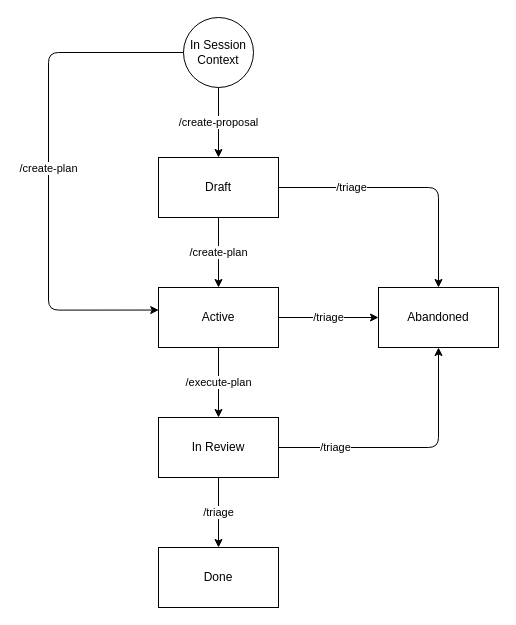
The draw.io diagram page "feature-lifecycle" (3 of 3) of docs/architecture/architecture.drawio in Todor-Boev-IBM/ratchet, before the edit. Source tidied: cells renumbered, new cells numbered last; positions are measured from the earlier drawing's top-left corner, leaving out a move shared by most shapes. Both pictures are drawn from the tidied source at 100%, with x=0, y=0 at pixel (48, 17).
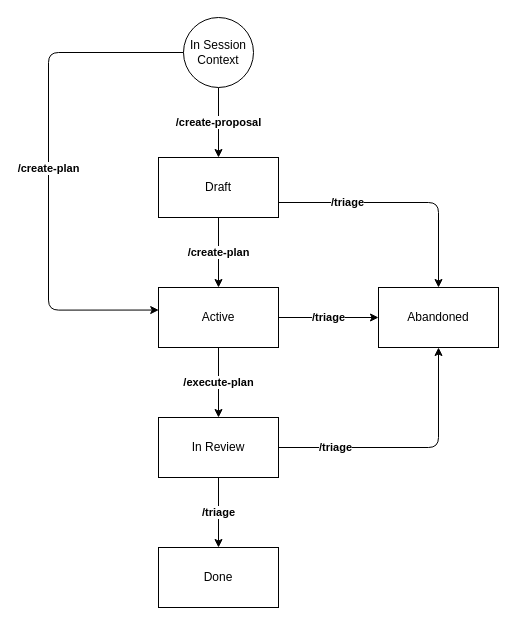
After the change.

Diff of the diagram source:
```diff
@@
 <mxGraphModel>
   <root>
     <mxCell id="0" />
     <mxCell id="1" parent="0" />
-    <mxCell id="2" value="/create-plan" style="edgeStyle=orthogonalEdgeStyle;rounded=1;jettySize=auto;html=1;exitX=0.5;exitY=1;exitDx=0;exitDy=0;entryX=0.5;entryY=0;entryDx=0;entryDy=0;curved=0;" parent="1" edge="1" source="4" target="7">
+    <mxCell id="2" value="&lt;b&gt;/create-plan&lt;/b&gt;" style="edgeStyle=orthogonalEdgeStyle;rounded=1;jettySize=auto;html=1;exitX=0.5;exitY=1;exitDx=0;exitDy=0;entryX=0.5;entryY=0;entryDx=0;entryDy=0;curved=0;" parent="1" edge="1" source="4" target="7">
       <mxGeometry relative="1" as="geometry" />
     </mxCell>
-    <mxCell id="3" value="/triage" style="edgeStyle=orthogonalEdgeStyle;rounded=1;jettySize=auto;html=1;exitX=1;exitY=0.5;exitDx=0;exitDy=0;entryX=0.5;entryY=0;entryDx=0;entryDy=0;curved=0;" parent="1" edge="1" source="4" target="11">
+    <mxCell id="3" value="&lt;b&gt;/triage&lt;/b&gt;" style="edgeStyle=orthogonalEdgeStyle;rounded=1;jettySize=auto;html=1;exitX=1;exitY=0.75;exitDx=0;exitDy=0;entryX=0.5;entryY=0;entryDx=0;entryDy=0;curved=0;" parent="1" edge="1" source="4" target="11">
       <mxGeometry x="-0.44" relative="1" as="geometry" />
     </mxCell>
     <mxCell id="4" value="Draft" style="rounded=0;whiteSpace=wrap;html=1;" parent="1" vertex="1">
       <mxGeometry x="110" y="140" width="120" height="60" as="geometry" />
     </mxCell>
-    <mxCell id="5" value="/execute-plan" style="edgeStyle=orthogonalEdgeStyle;rounded=1;jettySize=auto;html=1;exitX=0.5;exitY=1;exitDx=0;exitDy=0;entryX=0.5;entryY=0;entryDx=0;entryDy=0;curved=0;" parent="1" edge="1" source="7" target="10">
+    <mxCell id="5" value="&lt;b&gt;/execute-plan&lt;/b&gt;" style="edgeStyle=orthogonalEdgeStyle;rounded=1;jettySize=auto;html=1;exitX=0.5;exitY=1;exitDx=0;exitDy=0;entryX=0.5;entryY=0;entryDx=0;entryDy=0;curved=0;" parent="1" edge="1" source="7" target="10">
       <mxGeometry relative="1" as="geometry" />
     </mxCell>
-    <mxCell id="6" value="/triage" style="edgeStyle=orthogonalEdgeStyle;rounded=1;jettySize=auto;html=1;exitX=1;exitY=0.5;exitDx=0;exitDy=0;entryX=0;entryY=0.5;entryDx=0;entryDy=0;curved=0;" parent="1" edge="1" source="7" target="11">
+    <mxCell id="6" value="&lt;b&gt;/triage&lt;/b&gt;" style="edgeStyle=orthogonalEdgeStyle;rounded=1;jettySize=auto;html=1;exitX=1;exitY=0.5;exitDx=0;exitDy=0;entryX=0;entryY=0.5;entryDx=0;entryDy=0;curved=0;" parent="1" edge="1" source="7" target="11">
       <mxGeometry relative="1" as="geometry" />
     </mxCell>
     <mxCell id="7" value="Active" style="rounded=0;whiteSpace=wrap;html=1;" parent="1" vertex="1">
       <mxGeometry x="110" y="270" width="120" height="60" as="geometry" />
     </mxCell>
-    <mxCell id="8" value="/triage" style="edgeStyle=orthogonalEdgeStyle;rounded=0;jettySize=auto;html=1;exitX=0.5;exitY=1;exitDx=0;exitDy=0;entryX=0.5;entryY=0;entryDx=0;entryDy=0;" parent="1" edge="1" source="10" target="15">
+    <mxCell id="8" value="&lt;b&gt;/triage&lt;/b&gt;" style="edgeStyle=orthogonalEdgeStyle;rounded=0;jettySize=auto;html=1;exitX=0.5;exitY=1;exitDx=0;exitDy=0;entryX=0.5;entryY=0;entryDx=0;entryDy=0;" parent="1" edge="1" source="10" target="15">
       <mxGeometry relative="1" as="geometry" />
     </mxCell>
-    <mxCell id="9" value="/triage" style="edgeStyle=orthogonalEdgeStyle;rounded=1;jettySize=auto;html=1;exitX=1;exitY=0.5;exitDx=0;exitDy=0;entryX=0.5;entryY=1;entryDx=0;entryDy=0;curved=0;" parent="1" edge="1" source="10" target="11">
+    <mxCell id="9" value="&lt;b&gt;/triage&lt;/b&gt;" style="edgeStyle=orthogonalEdgeStyle;rounded=1;jettySize=auto;html=1;exitX=1;exitY=0.5;exitDx=0;exitDy=0;entryX=0.5;entryY=1;entryDx=0;entryDy=0;curved=0;" parent="1" edge="1" source="10" target="11">
       <mxGeometry x="-0.56" relative="1" as="geometry" />
     </mxCell>
     <mxCell id="10" value="In Review" style="rounded=0;whiteSpace=wrap;html=1;" parent="1" vertex="1">
       <mxGeometry x="110" y="400" width="120" height="60" as="geometry" />
     </mxCell>
     <mxCell id="11" value="Abandoned" style="rounded=0;whiteSpace=wrap;html=1;" parent="1" vertex="1">
       <mxGeometry x="330" y="270" width="120" height="60" as="geometry" />
     </mxCell>
-    <mxCell id="12" value="/create-proposal" style="edgeStyle=orthogonalEdgeStyle;rounded=0;jettySize=auto;html=1;exitX=0.5;exitY=1;exitDx=0;exitDy=0;entryX=0.5;entryY=0;entryDx=0;entryDy=0;" parent="1" edge="1" source="13" target="4">
+    <mxCell id="12" value="&lt;b&gt;/create-proposal&lt;/b&gt;" style="edgeStyle=orthogonalEdgeStyle;rounded=0;jettySize=auto;html=1;exitX=0.5;exitY=1;exitDx=0;exitDy=0;entryX=0.5;entryY=0;entryDx=0;entryDy=0;" parent="1" edge="1" source="13" target="4">
       <mxGeometry relative="1" as="geometry" />
     </mxCell>
     <mxCell id="13" value="In Session Context" style="ellipse;whiteSpace=wrap;html=1;" parent="1" vertex="1">
       <mxGeometry x="135" width="70" height="70" as="geometry" />
     </mxCell>
-    <mxCell id="14" value="/create-plan" style="edgeStyle=orthogonalEdgeStyle;rounded=1;jettySize=auto;html=1;exitX=0;exitY=0.5;exitDx=0;exitDy=0;entryX=0.002;entryY=0.376;entryDx=0;entryDy=0;entryPerimeter=0;curved=0;" parent="1" edge="1" source="13" target="7">
+    <mxCell id="14" value="&lt;b&gt;/create-plan&lt;/b&gt;" style="edgeStyle=orthogonalEdgeStyle;rounded=1;jettySize=auto;html=1;exitX=0;exitY=0.5;exitDx=0;exitDy=0;entryX=0.002;entryY=0.376;entryDx=0;entryDy=0;entryPerimeter=0;curved=0;" parent="1" edge="1" source="13" target="7">
       <mxGeometry relative="1" as="geometry">
         <Array as="points">
           <mxPoint y="35" />
           <mxPoint y="292.6" />
         </Array>
       </mxGeometry>
     </mxCell>
     <mxCell id="15" value="Done" style="rounded=0;whiteSpace=wrap;html=1;" parent="1" vertex="1">
       <mxGeometry x="110" y="530" width="120" height="60" as="geometry" />
     </mxCell>
   </root>
 </mxGraphModel>
```
